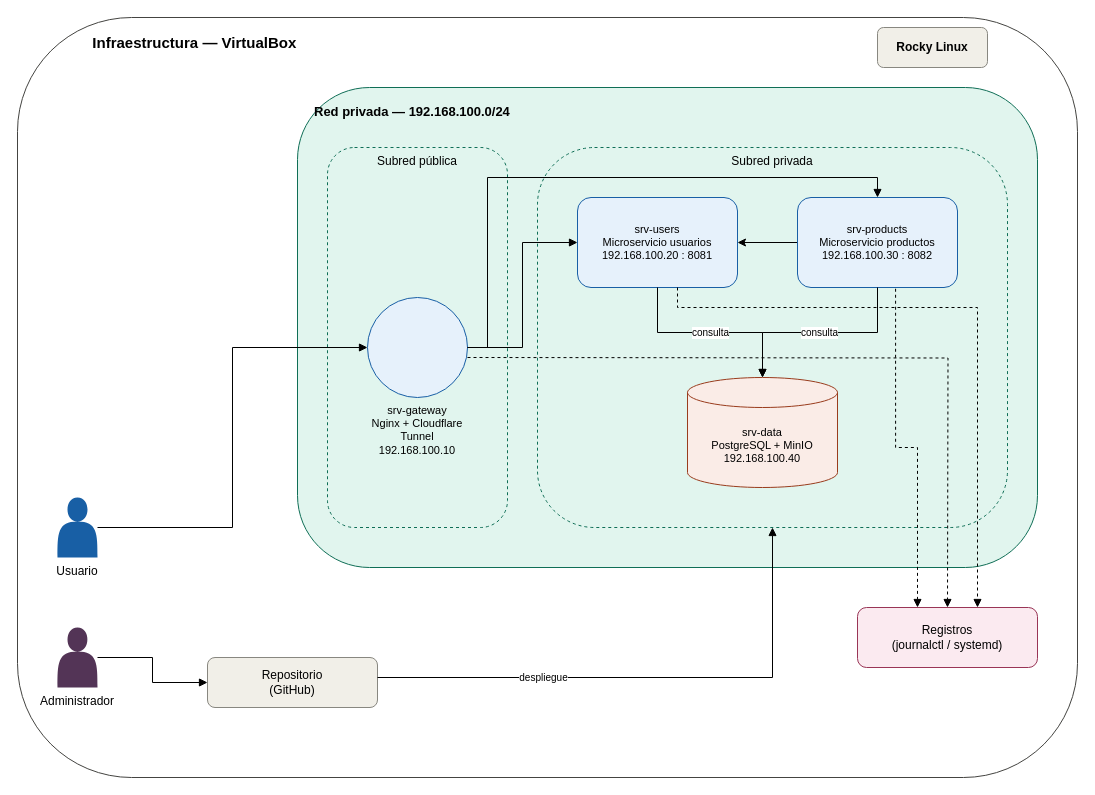
Earlier version of the draw.io diagram docs/arquitectura/diagrama-arquitectura.drawio (Yana2412/ecommerce-infra). Source tidied: cells renumbered, new cells numbered last; positions are measured from the earlier drawing's top-left corner, leaving out a move shared by most shapes. Both pictures are drawn from the tidied source at 100%, with x=0, y=0 at pixel (17, 17).
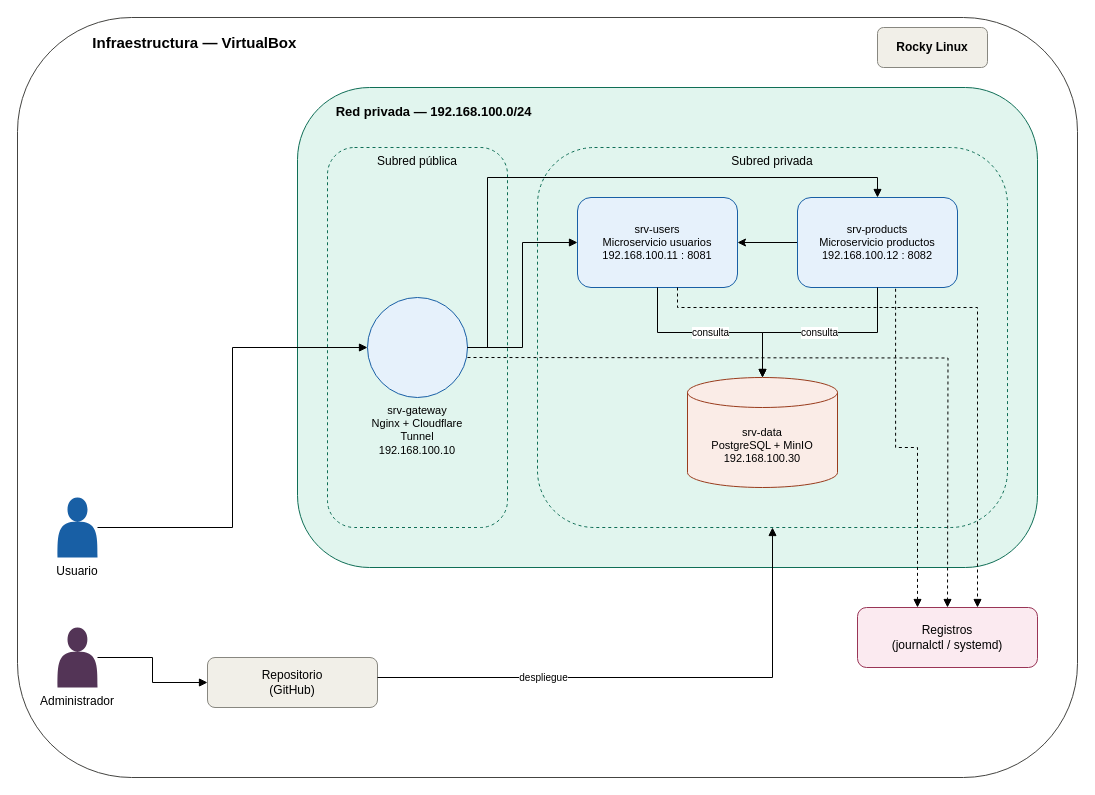
After the change.

Commit message (it also covers changes not shown here):
Se agrego diagrama de arquitectura y tabla de ip (Closes #5)

Change to the diagram source:
```diff
@@
-    <mxCell id="4" value="Red privada — 192.168.100.0/24" style="rounded=1;whiteSpace=wrap;html=1;verticalAlign=top;align=left;spacingLeft=15;spacingTop=10;fillColor=#E1F5EE;strokeColor=#0F6E56;fontSize=13;fontStyle=1;" parent="1" vertex="1">
+    <mxCell id="4" value="&amp;nbsp; &amp;nbsp; &amp;nbsp; Red privada — 192.168.100.0/24" style="rounded=1;whiteSpace=wrap;html=1;verticalAlign=top;align=left;spacingLeft=15;spacingTop=10;fillColor=#E1F5EE;strokeColor=#0F6E56;fontSize=13;fontStyle=1;" parent="1" vertex="1">
       <mxGeometry x="280" y="70" width="740" height="480" as="geometry" />
     </mxCell>
@@
-    <mxCell id="8" value="srv-users&#10;Microservicio usuarios&#10;192.168.100.20 : 8081" style="rounded=1;whiteSpace=wrap;html=1;fillColor=#E6F1FB;strokeColor=#185FA5;fontSize=11;" parent="1" vertex="1">
+    <mxCell id="8" value="srv-users&#10;Microservicio usuarios&#10;192.168.100.11 : 8081" style="rounded=1;whiteSpace=wrap;html=1;fillColor=#E6F1FB;strokeColor=#185FA5;fontSize=11;" parent="1" vertex="1">
       <mxGeometry x="560" y="180" width="160" height="90" as="geometry" />
     </mxCell>
@@
-    <mxCell id="10" value="srv-products&#10;Microservicio productos&#10;192.168.100.30 : 8082" style="rounded=1;whiteSpace=wrap;html=1;fillColor=#E6F1FB;strokeColor=#185FA5;fontSize=11;" parent="1" vertex="1">
+    <mxCell id="10" value="srv-products&#10;Microservicio productos&#10;192.168.100.12 : 8082" style="rounded=1;whiteSpace=wrap;html=1;fillColor=#E6F1FB;strokeColor=#185FA5;fontSize=11;" parent="1" vertex="1">
       <mxGeometry x="780" y="180" width="160" height="90" as="geometry" />
     </mxCell>
-    <mxCell id="11" value="srv-data&#10;PostgreSQL + MinIO&#10;192.168.100.40" style="shape=cylinder3;whiteSpace=wrap;html=1;fillColor=#FAECE7;strokeColor=#993C1D;fontSize=11;boundedLbl=1;" parent="1" vertex="1">
+    <mxCell id="11" value="srv-data&#10;PostgreSQL + MinIO&#10;192.168.100.30" style="shape=cylinder3;whiteSpace=wrap;html=1;fillColor=#FAECE7;strokeColor=#993C1D;fontSize=11;boundedLbl=1;" parent="1" vertex="1">
       <mxGeometry x="670" y="360" width="150" height="110" as="geometry" />
     </mxCell>
```
